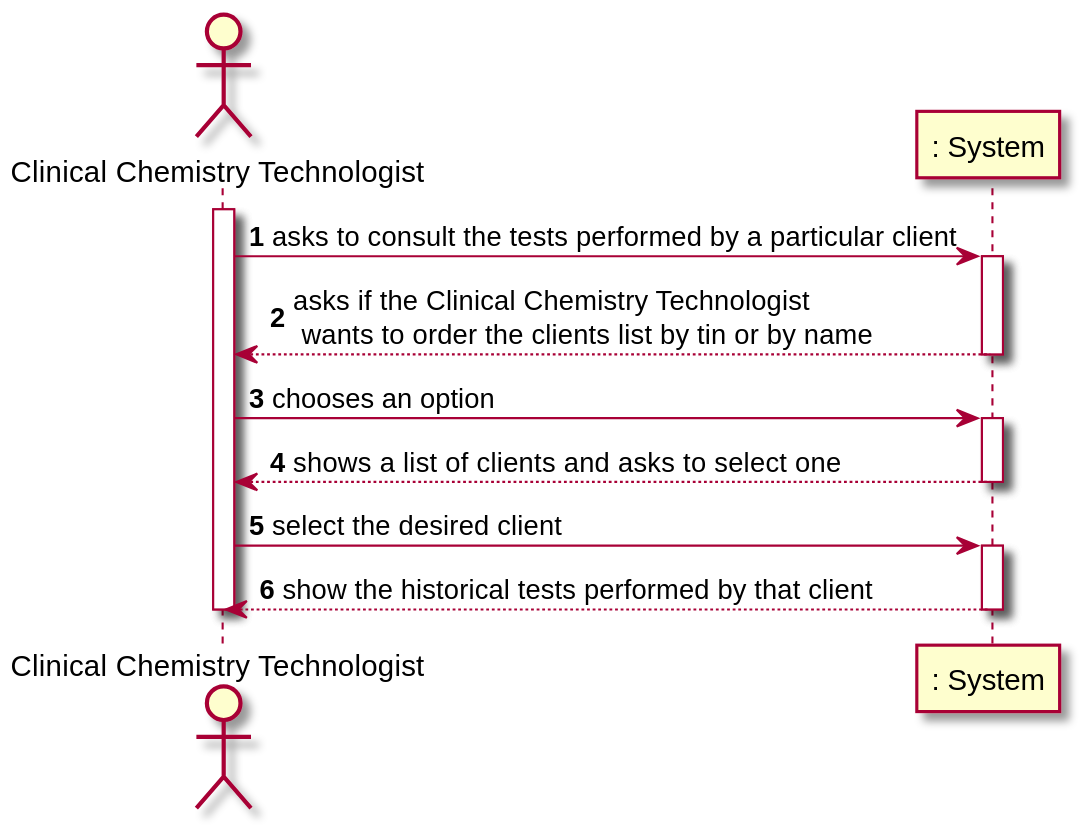
Earlier version of the PlantUML export docs/SprintD/US13/US13_SSD.svg (manu-07-ela/LAPR2_ISEP).
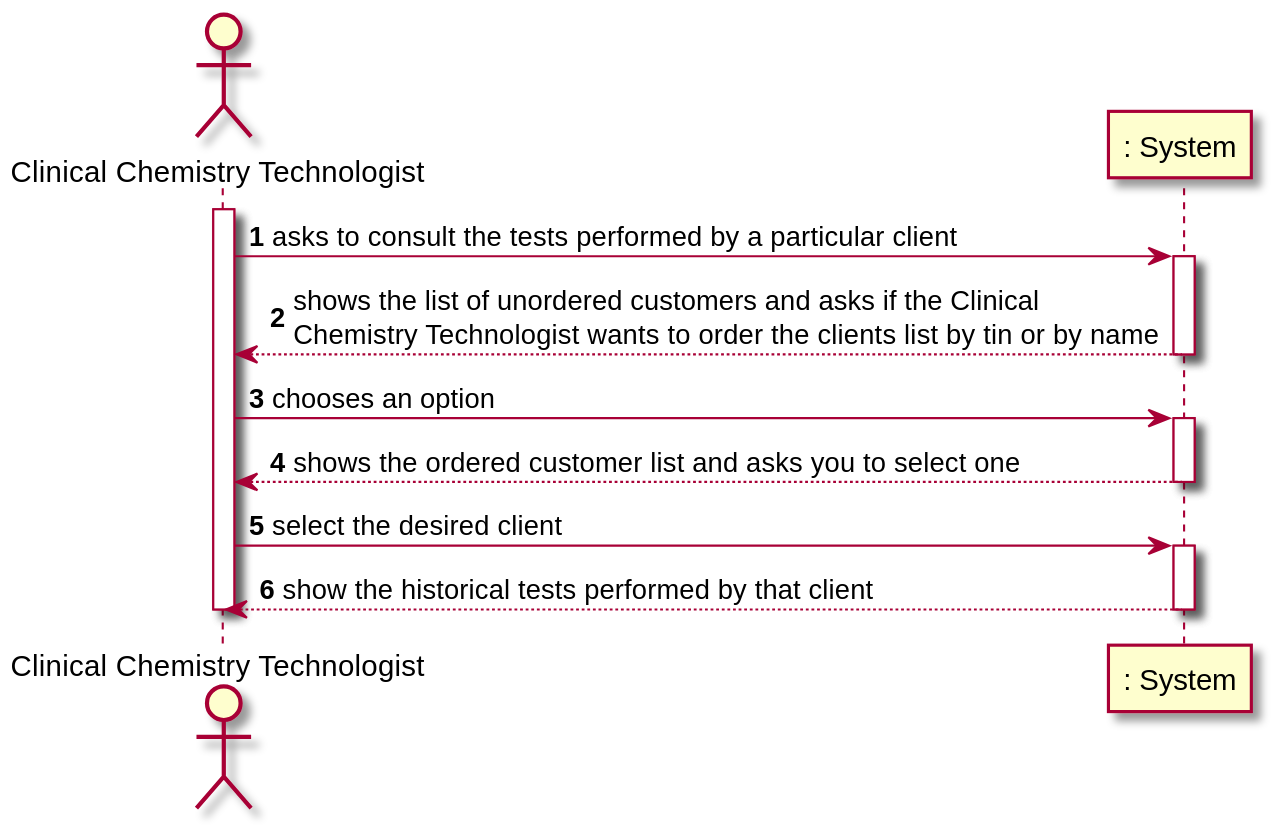
Later version of the same file.

Change to the diagram source:
```diff
@@ -7,11 +7,11 @@
 activate CCT
 CCT -> SYSTEM : asks to consult the tests performed by a particular client
 activate SYSTEM
-SYSTEM --> CCT : asks if the Clinical Chemistry Technologist\n wants to order the clients list by tin or by name
+SYSTEM --> CCT : shows the list of unordered customers and asks if the Clinical \nChemistry Technologist wants to order the clients list by tin or by name
 deactivate SYSTEM
 CCT -> SYSTEM : chooses an option
 activate SYSTEM
- SYSTEM--> CCT : shows a list of clients and asks to select one
+ SYSTEM--> CCT : shows the ordered customer list and asks you to select one
 deactivate SYSTEM
 CCT -> SYSTEM : select the desired client
 activate SYSTEM
```
